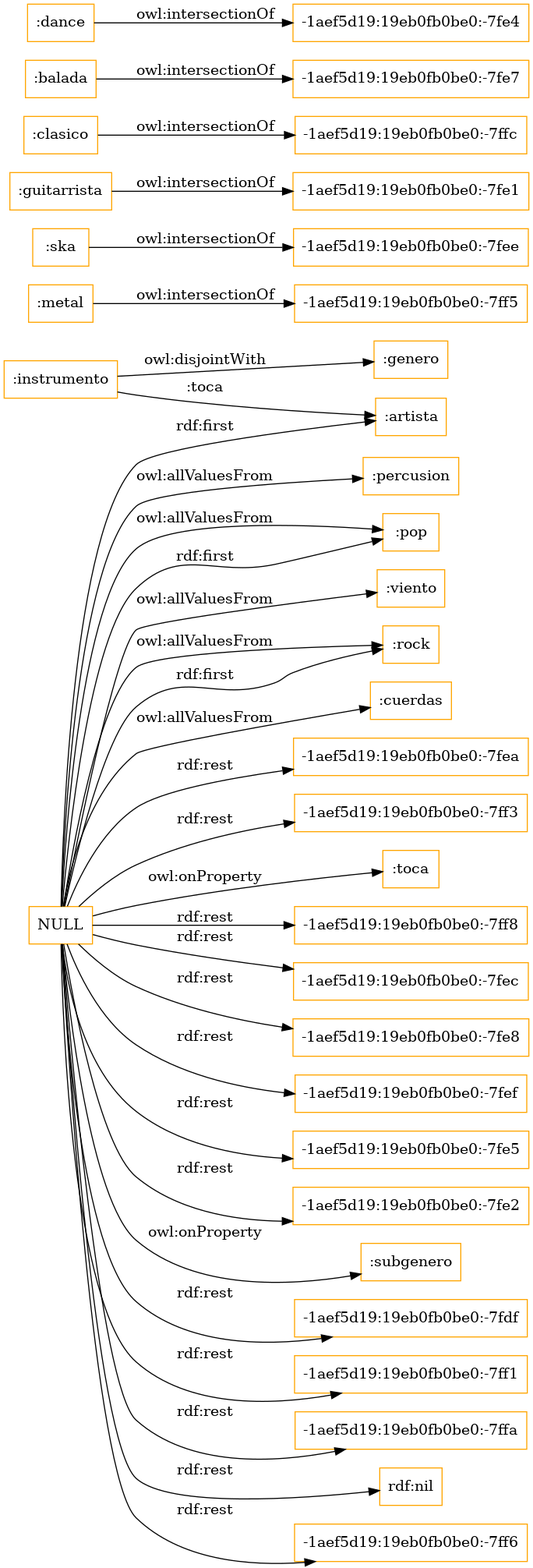
Before: OnToology/music.owl/diagrams/ar2dtool-class/music.owl.png, a diagram exported from Graphviz (OnToologyUser/ontoology_min_ex). Its source is kept beside it as OnToology/music.owl/diagrams/ar2dtool-class/music.owl.png.dot.
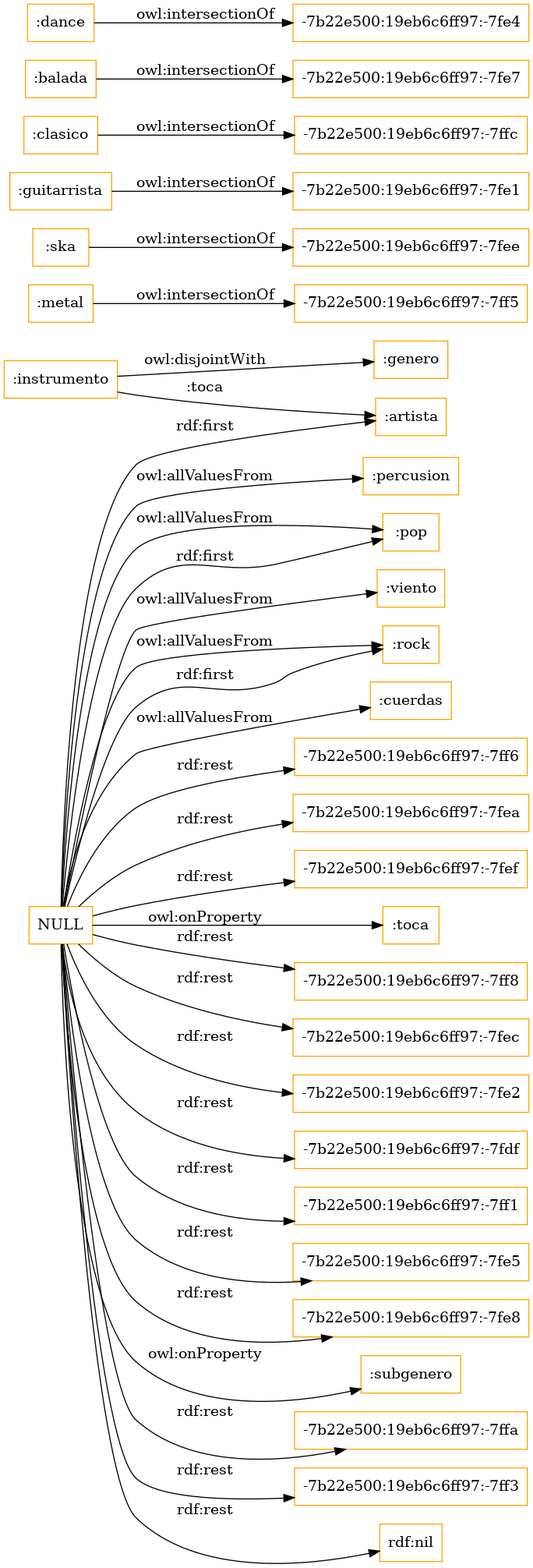
After the change.

What changed in the source:
```diff
@@ -2,34 +2,34 @@
 rankdir=LR;
 size="1501"
 node [shape = rectangle, color="orange"]; ":percusion" ":pop" ":metal" ":ska" ":genero" ":guitarrista" ":viento" ":clasico" ":balada" ":rock" ":cuerdas" ":instrumento" ":dance" ":artista" ; /*classes style*/
-	":ska" -> "-1aef5d19:19eb0fb0be0:-7fee" [ label = "owl:intersectionOf" ];
-	":metal" -> "-1aef5d19:19eb0fb0be0:-7ff5" [ label = "owl:intersectionOf" ];
+	":ska" -> "-7b22e500:19eb6c6ff97:-7fee" [ label = "owl:intersectionOf" ];
+	":metal" -> "-7b22e500:19eb6c6ff97:-7ff5" [ label = "owl:intersectionOf" ];
 	":instrumento" -> ":genero" [ label = "owl:disjointWith" ];
-	":balada" -> "-1aef5d19:19eb0fb0be0:-7fe7" [ label = "owl:intersectionOf" ];
-	":dance" -> "-1aef5d19:19eb0fb0be0:-7fe4" [ label = "owl:intersectionOf" ];
-	":guitarrista" -> "-1aef5d19:19eb0fb0be0:-7fe1" [ label = "owl:intersectionOf" ];
-	":clasico" -> "-1aef5d19:19eb0fb0be0:-7ffc" [ label = "owl:intersectionOf" ];
+	":balada" -> "-7b22e500:19eb6c6ff97:-7fe7" [ label = "owl:intersectionOf" ];
+	":dance" -> "-7b22e500:19eb6c6ff97:-7fe4" [ label = "owl:intersectionOf" ];
+	":guitarrista" -> "-7b22e500:19eb6c6ff97:-7fe1" [ label = "owl:intersectionOf" ];
+	":clasico" -> "-7b22e500:19eb6c6ff97:-7ffc" [ label = "owl:intersectionOf" ];
+	"NULL" -> "-7b22e500:19eb6c6ff97:-7fef" [ label = "rdf:rest" ];
 	"NULL" -> ":toca" [ label = "owl:onProperty" ];
-	"NULL" -> "-1aef5d19:19eb0fb0be0:-7ff8" [ label = "rdf:rest" ];
-	"NULL" -> "-1aef5d19:19eb0fb0be0:-7fec" [ label = "rdf:rest" ];
+	"NULL" -> "-7b22e500:19eb6c6ff97:-7ff8" [ label = "rdf:rest" ];
+	"NULL" -> "-7b22e500:19eb6c6ff97:-7fec" [ label = "rdf:rest" ];
+	"NULL" -> "-7b22e500:19eb6c6ff97:-7fe2" [ label = "rdf:rest" ];
 	"NULL" -> ":rock" [ label = "rdf:first" ];
-	"NULL" -> "-1aef5d19:19eb0fb0be0:-7fe8" [ label = "rdf:rest" ];
-	"NULL" -> "-1aef5d19:19eb0fb0be0:-7fef" [ label = "rdf:rest" ];
-	"NULL" -> "-1aef5d19:19eb0fb0be0:-7fe5" [ label = "rdf:rest" ];
-	"NULL" -> "-1aef5d19:19eb0fb0be0:-7fe2" [ label = "rdf:rest" ];
+	"NULL" -> "-7b22e500:19eb6c6ff97:-7fdf" [ label = "rdf:rest" ];
+	"NULL" -> "-7b22e500:19eb6c6ff97:-7ff1" [ label = "rdf:rest" ];
+	"NULL" -> "-7b22e500:19eb6c6ff97:-7fe5" [ label = "rdf:rest" ];
+	"NULL" -> "-7b22e500:19eb6c6ff97:-7fe8" [ label = "rdf:rest" ];
 	"NULL" -> ":percusion" [ label = "owl:allValuesFrom" ];
 	"NULL" -> ":rock" [ label = "owl:allValuesFrom" ];
 	"NULL" -> ":subgenero" [ label = "owl:onProperty" ];
-	"NULL" -> "-1aef5d19:19eb0fb0be0:-7fdf" [ label = "rdf:rest" ];
-	"NULL" -> "-1aef5d19:19eb0fb0be0:-7ff1" [ label = "rdf:rest" ];
 	"NULL" -> ":cuerdas" [ label = "owl:allValuesFrom" ];
+	"NULL" -> "-7b22e500:19eb6c6ff97:-7ffa" [ label = "rdf:rest" ];
 	"NULL" -> ":viento" [ label = "owl:allValuesFrom" ];
-	"NULL" -> "-1aef5d19:19eb0fb0be0:-7ffa" [ label = "rdf:rest" ];
+	"NULL" -> "-7b22e500:19eb6c6ff97:-7ff3" [ label = "rdf:rest" ];
 	"NULL" -> "rdf:nil" [ label = "rdf:rest" ];
 	"NULL" -> ":pop" [ label = "rdf:first" ];
-	"NULL" -> "-1aef5d19:19eb0fb0be0:-7ff6" [ label = "rdf:rest" ];
-	"NULL" -> "-1aef5d19:19eb0fb0be0:-7fea" [ label = "rdf:rest" ];
-	"NULL" -> "-1aef5d19:19eb0fb0be0:-7ff3" [ label = "rdf:rest" ];
+	"NULL" -> "-7b22e500:19eb6c6ff97:-7ff6" [ label = "rdf:rest" ];
+	"NULL" -> "-7b22e500:19eb6c6ff97:-7fea" [ label = "rdf:rest" ];
 	"NULL" -> ":artista" [ label = "rdf:first" ];
 	"NULL" -> ":pop" [ label = "owl:allValuesFrom" ];
 	":instrumento" -> ":artista" [ label = ":toca" ];
```
